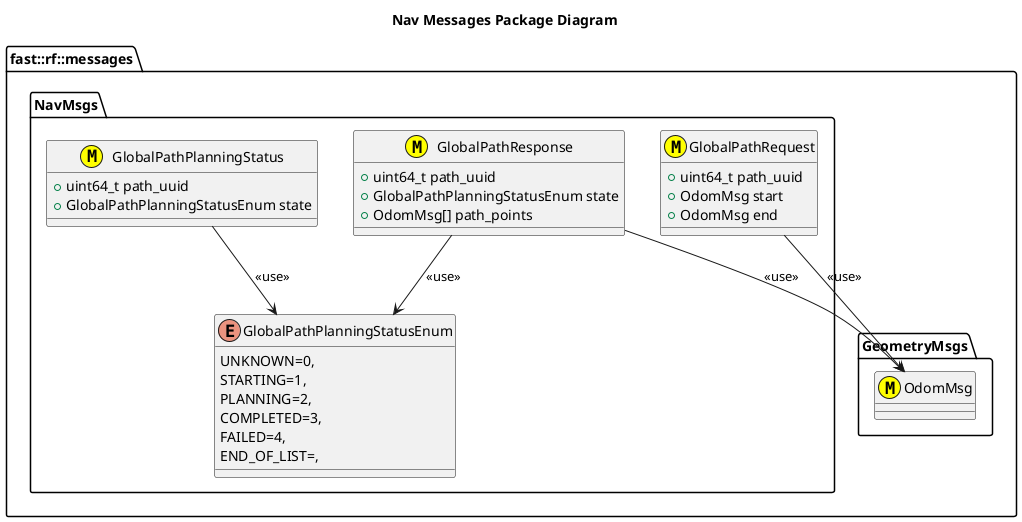
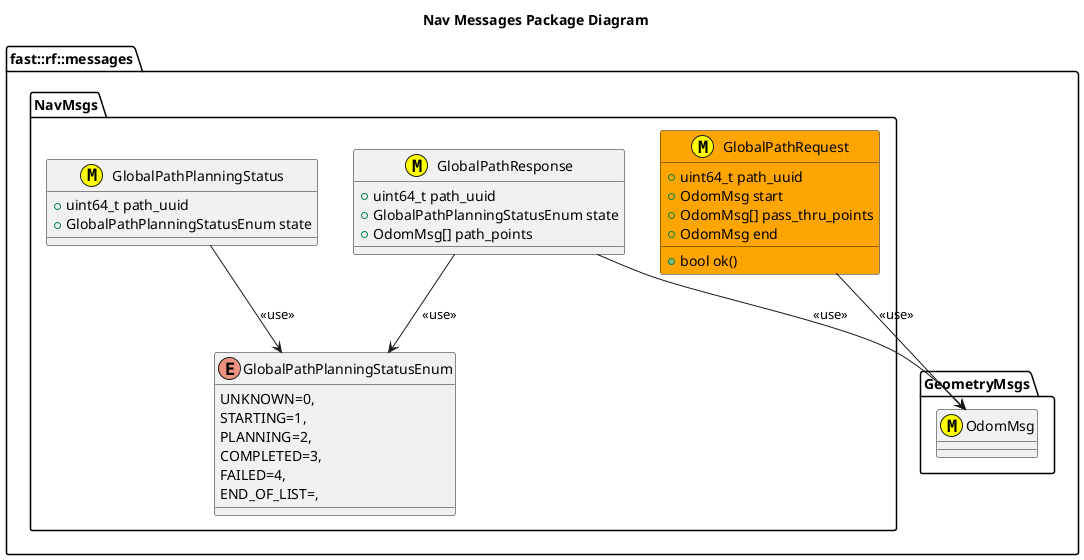
@startuml
title Nav Messages Package Diagram

namespace fast::rf::messages {
  namespace GeometryMsgs {
    class OdomMsg <<(M,#FFFF00)>>
  }
  namespace NavMsgs  {
-     class GlobalPathRequest <<(M,#FFFF00)>> {
+     class GlobalPathRequest <<(M,#FFFF00)>> #Orange {
      +uint64_t path_uuid
      +OdomMsg start
+       +OdomMsg[] pass_thru_points
      +OdomMsg end
+       +bool ok()

    }
    enum GlobalPathPlanningStatusEnum
    {
      UNKNOWN=0,
      STARTING=1,
      PLANNING=2,
      COMPLETED=3,
      FAILED=4,
      END_OF_LIST=,

    }
    GlobalPathRequest --> OdomMsg: <<use>>
    class GlobalPathResponse <<(M,#FFFF00)>> {
      +uint64_t path_uuid
      +GlobalPathPlanningStatusEnum state
      +OdomMsg[] path_points
    }
    GlobalPathResponse --> OdomMsg: <<use>>
    GlobalPathResponse --> GlobalPathPlanningStatusEnum: <<use>>
    class GlobalPathPlanningStatus <<(M,#FFFF00)>> {
      +uint64_t path_uuid
      +GlobalPathPlanningStatusEnum state
    }
    GlobalPathPlanningStatus --> GlobalPathPlanningStatusEnum: <<use>>
  }
}
@enduml